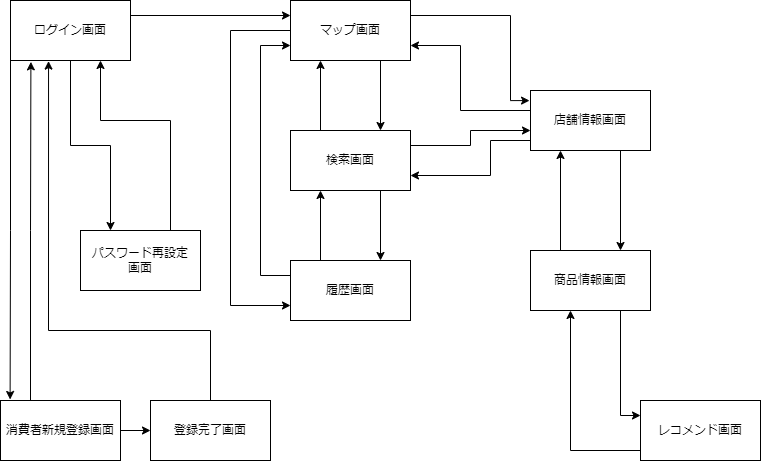
Before: 画面遷移図/消費者側画面遷移図.png, a diagram exported from draw.io (Pyama1013/Sotsu.Gamen). Source tidied: cells renumbered, new cells last; positions are measured from the earlier drawing's top-left corner, leaving out a move shared by most shapes.
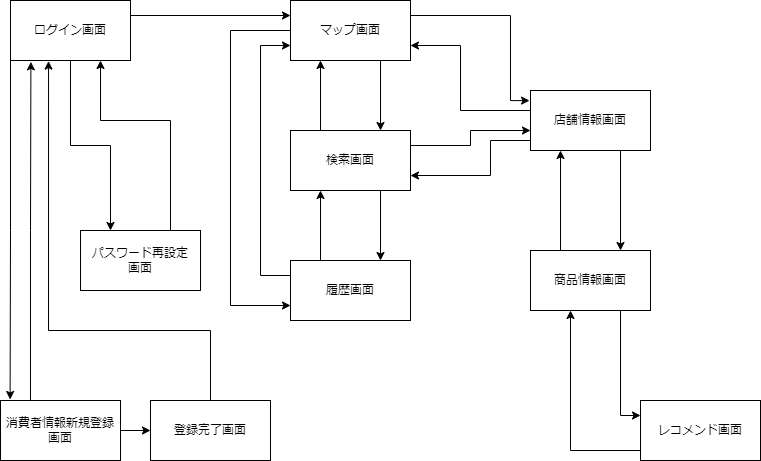
Later version of the same file.

Commit message:
消費者側画面遷移図.png を更新します

The edit, as a diff of the source:
```diff
@@ -123,7 +123,7 @@
     <mxCell id="27" style="edgeStyle=orthogonalEdgeStyle;rounded=0;jettySize=auto;html=1;exitX=0.25;exitY=0;exitDx=0;exitDy=0;entryX=0.17;entryY=1.023;entryDx=0;entryDy=0;entryPerimeter=0;fontSize=12;" parent="1" edge="1" source="28" target="25">
       <mxGeometry relative="1" as="geometry" />
     </mxCell>
-    <mxCell id="28" value="消費者新規登録画面" style="rounded=0;whiteSpace=wrap;html=1;" parent="1" vertex="1">
+    <mxCell id="28" value="消費者情報新規登録画面" style="rounded=0;whiteSpace=wrap;html=1;" parent="1" vertex="1">
       <mxGeometry y="400" width="120" height="60" as="geometry" />
     </mxCell>
     <mxCell id="29" style="edgeStyle=orthogonalEdgeStyle;rounded=0;jettySize=auto;html=1;exitX=0.5;exitY=0;exitDx=0;exitDy=0;entryX=0.317;entryY=1.01;entryDx=0;entryDy=0;entryPerimeter=0;" parent="1" edge="1" source="30" target="25">
```
